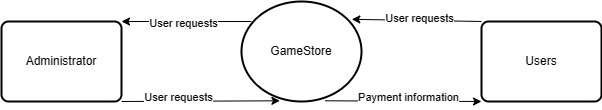
The draw.io diagram stergionstore.drawio.png in Nattapat7T/DFD_Level0, before a commit. Source tidied: cells renumbered, new cells last; positions are measured from the earlier drawing's top-left corner, leaving out a move shared by most shapes.
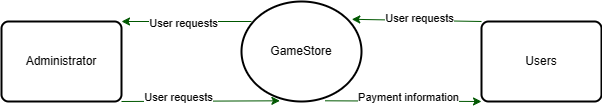
After the change.

The edit, as a diff of the source:
```diff
@@ -11,7 +11,7 @@
     <mxCell id="4" value="Users" style="rounded=1;whiteSpace=wrap;html=1;absoluteArcSize=1;arcSize=14;strokeWidth=2;" parent="1" vertex="1">
       <mxGeometry x="480" y="20" width="120" height="80" as="geometry" />
     </mxCell>
-    <mxCell id="5" style="endArrow=classic;html=1;rounded=0;entryX=1;entryY=0;entryDx=0;entryDy=0;" parent="1" edge="1" target="3">
+    <mxCell id="5" style="endArrow=classic;html=1;rounded=0;entryX=1;entryY=0;entryDx=0;entryDy=0;fillColor=#008a00;strokeColor=#005700;" parent="1" edge="1" target="3">
       <mxGeometry relative="1" as="geometry">
         <mxPoint x="250" y="20" as="sourcePoint" />
       </mxGeometry>
@@ -19,13 +19,13 @@
     <mxCell id="6" value="User requests" style="edgeLabel;html=1;align=center;verticalAlign=middle;" parent="5" vertex="1">
       <mxGeometry x="0.07" y="1" relative="1" as="geometry" />
     </mxCell>
-    <mxCell id="7" style="endArrow=classic;html=1;rounded=0;exitX=1;exitY=1;exitDx=0;exitDy=0;entryX=0.32;entryY=0.993;entryDx=0;entryDy=0;entryPerimeter=0;" parent="1" edge="1" source="3" target="2">
+    <mxCell id="7" style="endArrow=classic;html=1;rounded=0;exitX=1;exitY=1;exitDx=0;exitDy=0;entryX=0.32;entryY=0.993;entryDx=0;entryDy=0;entryPerimeter=0;fillColor=#008a00;strokeColor=#005700;" parent="1" edge="1" source="3" target="2">
       <mxGeometry relative="1" as="geometry" />
     </mxCell>
     <mxCell id="8" value="User requests" style="edgeLabel;html=1;align=center;verticalAlign=middle;" parent="7" vertex="1">
       <mxGeometry x="-0.28" y="4" relative="1" as="geometry" />
     </mxCell>
-    <mxCell id="9" style="endArrow=classic;html=1;rounded=0;entryX=0.919;entryY=0.178;entryDx=0;entryDy=0;entryPerimeter=0;exitX=0;exitY=0;exitDx=0;exitDy=0;" parent="1" edge="1" source="4" target="2">
+    <mxCell id="9" style="endArrow=classic;html=1;rounded=0;entryX=0.919;entryY=0.178;entryDx=0;entryDy=0;entryPerimeter=0;exitX=0;exitY=0;exitDx=0;exitDy=0;fillColor=#008a00;strokeColor=#005700;" parent="1" edge="1" source="4" target="2">
       <mxGeometry relative="1" as="geometry" />
     </mxCell>
     <mxCell id="10" value="User requests" style="edgeLabel;html=1;align=center;verticalAlign=middle;" parent="9" vertex="1">
@@ -33,7 +33,7 @@
         <mxPoint x="-1" as="offset" />
       </mxGeometry>
     </mxCell>
-    <mxCell id="11" style="endArrow=classic;html=1;rounded=0;entryX=0;entryY=1;entryDx=0;entryDy=0;exitX=0.697;exitY=0.993;exitDx=0;exitDy=0;exitPerimeter=0;" parent="1" edge="1" source="2" target="4">
+    <mxCell id="11" style="endArrow=classic;html=1;rounded=0;entryX=0;entryY=1;entryDx=0;entryDy=0;exitX=0.697;exitY=0.993;exitDx=0;exitDy=0;exitPerimeter=0;fillColor=#008a00;strokeColor=#005700;" parent="1" edge="1" source="2" target="4">
       <mxGeometry relative="1" as="geometry" />
     </mxCell>
     <mxCell id="12" value="Text" style="edgeLabel;html=1;align=center;verticalAlign=middle;" parent="11" vertex="1">
```
